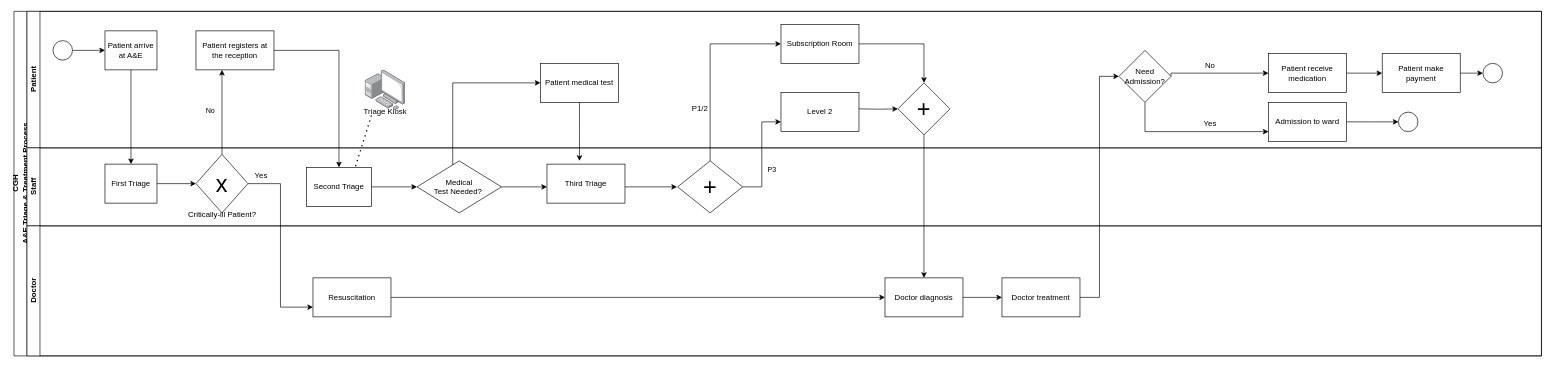
Before: CGH TRIAGE PROCESS AS-IS.drawio in L1uM4rt1n/Huawei-Hackathon-2023-EYEdeate, a draw.io diagram. Source tidied: cells renumbered, new cells numbered last; positions are measured from the earlier drawing's top-left corner, leaving out a move shared by most shapes. Both pictures are drawn from the tidied source at 65%, with x=0, y=0 at pixel (14, 11).
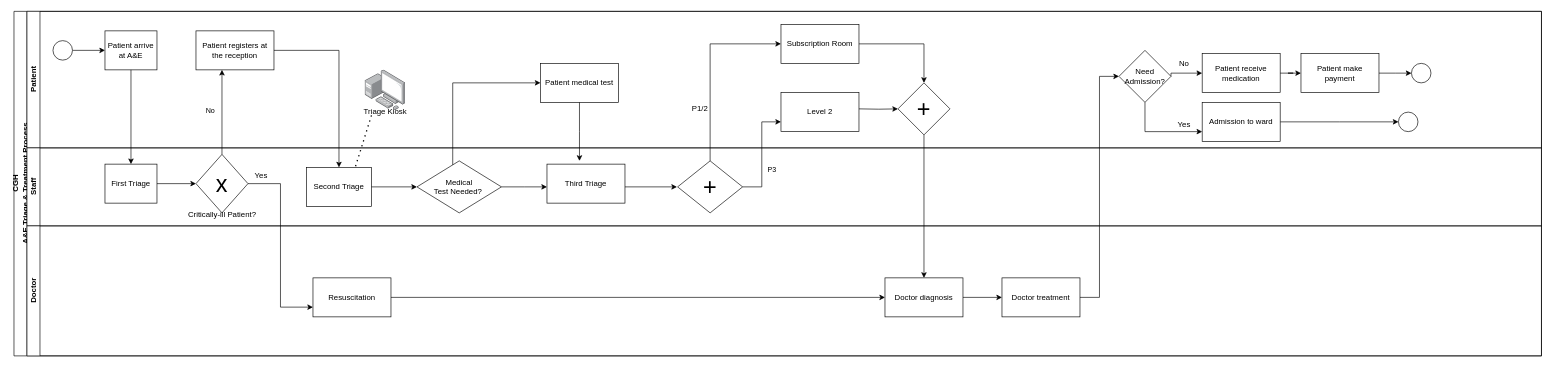
After the change.

The change refers to these unchanged cells:
```xml
<mxCell id="3" value="Patient" style="swimlane;html=1;startSize=20;horizontal=0;" parent="2" vertex="1">
  <mxGeometry x="20" width="2330" height="210" as="geometry" />
</mxCell>
```

Diff of the diagram source:
```diff
@@
     <mxCell id="8" style="edgeStyle=orthogonalEdgeStyle;rounded=0;jettySize=auto;html=1;" parent="3" edge="1" source="9">
       <mxGeometry relative="1" as="geometry">
-        <mxPoint x="2240" y="95" as="targetPoint" />
+        <mxPoint x="2130" y="95" as="targetPoint" />
       </mxGeometry>
     </mxCell>
     <mxCell id="9" value="Patient make payment" style="rounded=0;whiteSpace=wrap;html=1;" parent="3" vertex="1">
-      <mxGeometry x="2085" y="65" width="120" height="60" as="geometry" />
+      <mxGeometry x="1960" y="65" width="120" height="60" as="geometry" />
     </mxCell>
     <mxCell id="10" style="ellipse;whiteSpace=wrap;html=1;" parent="3" vertex="1">
-      <mxGeometry x="2240" y="80" width="30" height="30" as="geometry" />
+      <mxGeometry x="2130" y="80" width="30" height="30" as="geometry" />
     </mxCell>
     <mxCell id="11" value="Patient receive medication" style="whiteSpace=wrap;html=1;" parent="3" vertex="1">
-      <mxGeometry x="1910" y="65" width="120" height="60" as="geometry" />
+      <mxGeometry x="1808" y="65" width="120" height="60" as="geometry" />
     </mxCell>
@@
     <mxCell id="15" value="Admission to ward" style="whiteSpace=wrap;html=1;" parent="3" vertex="1">
-      <mxGeometry x="1910" y="140" width="120" height="60" as="geometry" />
+      <mxGeometry x="1808" y="140" width="120" height="60" as="geometry" />
     </mxCell>
@@
+    <mxCell id="59" value="No" style="text;html=1;align=center;verticalAlign=middle;strokeColor=none;fillColor=none;" parent="3" vertex="1">
+      <mxGeometry x="1760" y="65" width="40" height="30" as="geometry" />
+    </mxCell>
+    <mxCell id="60" value="Yes" style="text;html=1;align=center;verticalAlign=middle;strokeColor=none;fillColor=none;" parent="3" vertex="1">
+      <mxGeometry x="1760" y="160" width="40" height="30" as="geometry" />
+    </mxCell>
@@
-    <mxCell id="59" value="No" style="text;html=1;align=center;verticalAlign=middle;strokeColor=none;fillColor=none;" parent="1" vertex="1">
-      <mxGeometry x="1820" y="68" width="40" height="30" as="geometry" />
-    </mxCell>
-    <mxCell id="60" value="Yes" style="text;html=1;align=center;verticalAlign=middle;strokeColor=none;fillColor=none;" parent="1" vertex="1">
-      <mxGeometry x="1820" y="158" width="40" height="30" as="geometry" />
-    </mxCell>
```
